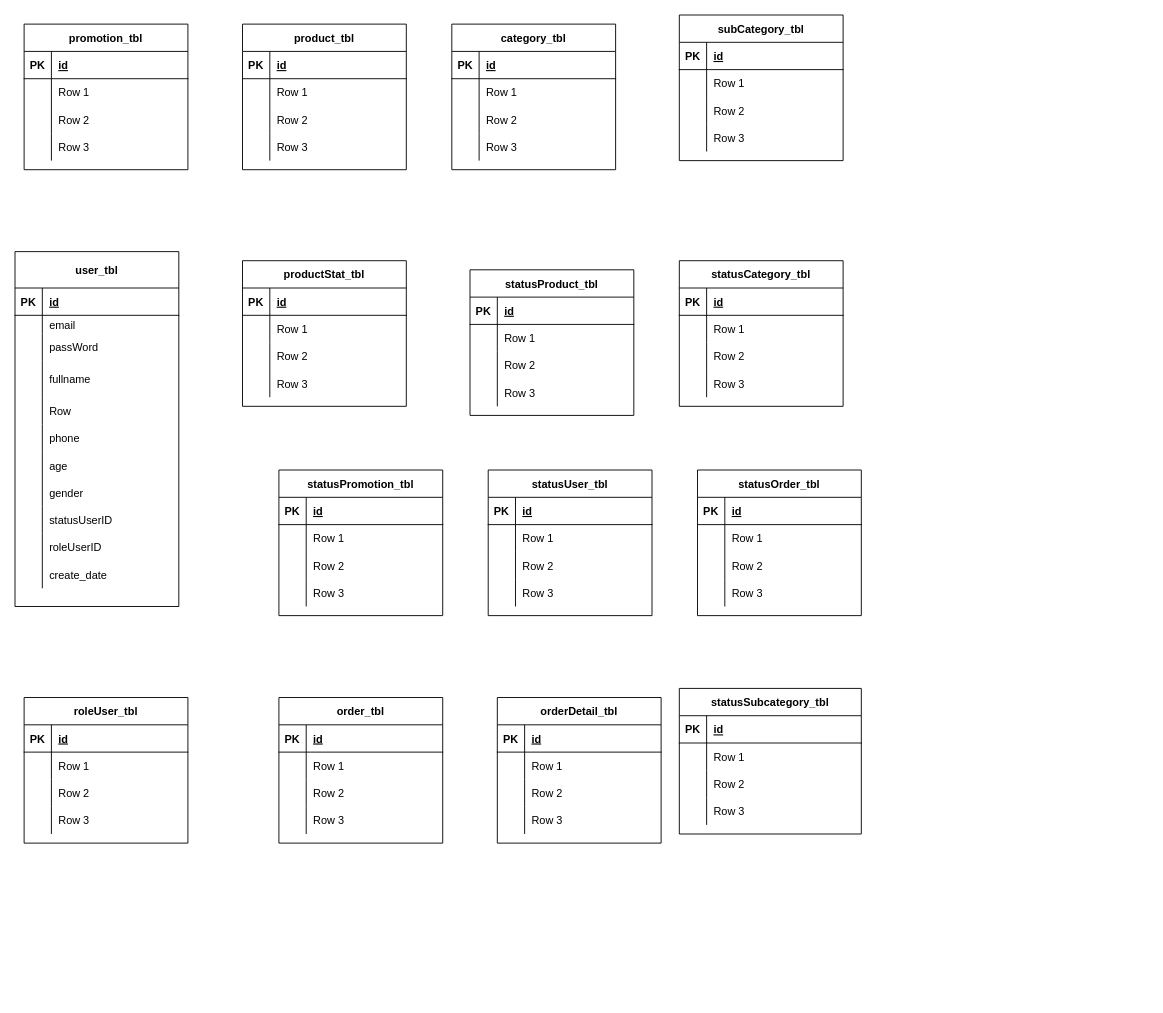
The draw.io diagram ERD_SHOP.drawio in ToanNguyenSVR/Ecommerce_Project, before the edit. Source tidied: cells renumbered, new cells numbered last; positions are measured from the earlier drawing's top-left corner, leaving out a move shared by most shapes. Both pictures are drawn from the tidied source at 91%, with x=0, y=0 at pixel (15, 15).
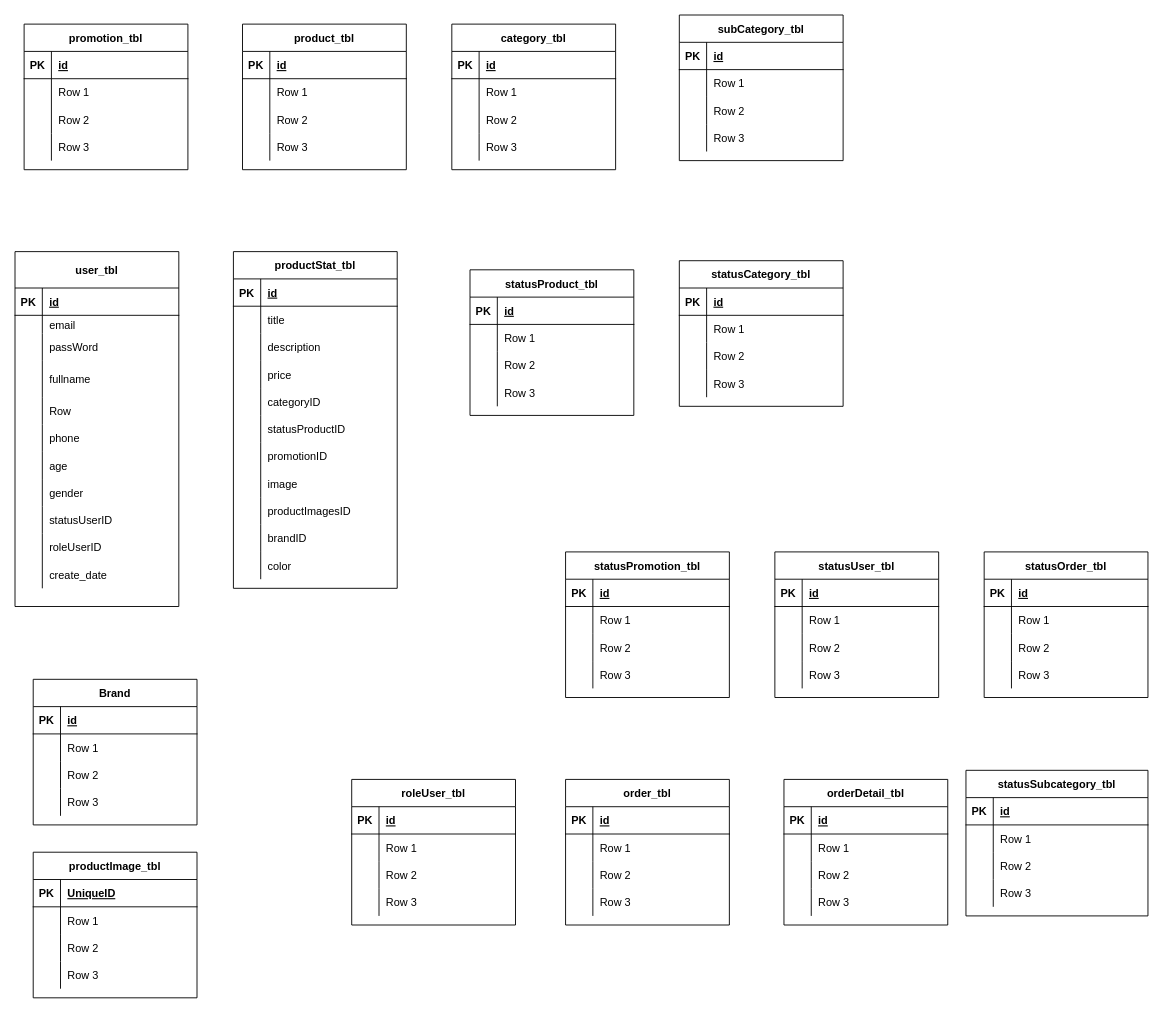
After the change.

The change refers to these unchanged cells:
```xml
<mxCell id="19" style="shape=partialRectangle;fillColor=none;top=0;left=0;bottom=0;right=0;" parent="15" vertex="1">
  <mxGeometry y="60" width="180" height="30" as="geometry" />
</mxCell>
<mxCell id="22" style="shape=partialRectangle;fillColor=none;top=0;left=0;bottom=0;right=0;" parent="15" vertex="1">
  <mxGeometry y="90" width="180" height="30" as="geometry" />
</mxCell>
<mxCell id="25" style="shape=partialRectangle;fillColor=none;top=0;left=0;bottom=0;right=0;" parent="15" vertex="1">
  <mxGeometry y="120" width="180" height="30" as="geometry" />
</mxCell>
```

What changed in the source:
```diff
@@
     <mxCell id="15" value="productStat_tbl" style="shape=table;startSize=30;childLayout=tableLayout;rowLines=0;fontStyle=1;align=center;" parent="1" vertex="1">
-      <mxGeometry x="250" y="270" width="180" height="160" as="geometry" />
+      <mxGeometry x="240" y="260" width="180" height="370" as="geometry" />
     </mxCell>
@@
-    <mxCell id="21" value="Row 1" style="shape=partialRectangle;fillColor=none;top=0;left=0;bottom=0;right=0;align=left;spacingLeft=6;overflow=hidden;" parent="19" vertex="1">
+    <mxCell id="21" value="title" style="shape=partialRectangle;fillColor=none;top=0;left=0;bottom=0;right=0;align=left;spacingLeft=6;overflow=hidden;" parent="19" vertex="1">
       <mxGeometry x="30" width="150" height="30" as="geometry" />
     </mxCell>
@@
-    <mxCell id="24" value="Row 2" style="shape=partialRectangle;fillColor=none;top=0;left=0;bottom=0;right=0;align=left;spacingLeft=6;overflow=hidden;" parent="22" vertex="1">
+    <mxCell id="24" value="description " style="shape=partialRectangle;fillColor=none;top=0;left=0;bottom=0;right=0;align=left;spacingLeft=6;overflow=hidden;" parent="22" vertex="1">
       <mxGeometry x="30" width="150" height="30" as="geometry" />
     </mxCell>
@@
-    <mxCell id="27" value="Row 3" style="shape=partialRectangle;fillColor=none;top=0;left=0;bottom=0;right=0;align=left;spacingLeft=6;overflow=hidden;" parent="25" vertex="1">
+    <mxCell id="27" value="price" style="shape=partialRectangle;fillColor=none;top=0;left=0;bottom=0;right=0;align=left;spacingLeft=6;overflow=hidden;" parent="25" vertex="1">
       <mxGeometry x="30" width="150" height="30" as="geometry" />
     </mxCell>
+    <mxCell id="218" style="shape=partialRectangle;fillColor=none;top=0;left=0;bottom=0;right=0;align=center;" parent="15" vertex="1">
+      <mxGeometry y="150" width="180" height="30" as="geometry" />
+    </mxCell>
+    <mxCell id="219" style="shape=partialRectangle;fillColor=none;top=0;left=0;bottom=0;right=0;overflow=hidden;align=center;" parent="218" vertex="1">
+      <mxGeometry width="30" height="30" as="geometry" />
+    </mxCell>
+    <mxCell id="220" value="categoryID" style="shape=partialRectangle;fillColor=none;top=0;left=0;bottom=0;right=0;align=left;spacingLeft=6;overflow=hidden;" parent="218" vertex="1">
+      <mxGeometry x="30" width="150" height="30" as="geometry" />
+    </mxCell>
+    <mxCell id="221" style="shape=partialRectangle;fillColor=none;top=0;left=0;bottom=0;right=0;align=center;" parent="15" vertex="1">
+      <mxGeometry y="180" width="180" height="30" as="geometry" />
+    </mxCell>
+    <mxCell id="222" style="shape=partialRectangle;fillColor=none;top=0;left=0;bottom=0;right=0;overflow=hidden;align=center;" parent="221" vertex="1">
+      <mxGeometry width="30" height="30" as="geometry" />
+    </mxCell>
+    <mxCell id="223" value="statusProductID" style="shape=partialRectangle;fillColor=none;top=0;left=0;bottom=0;right=0;align=left;spacingLeft=6;overflow=hidden;" parent="221" vertex="1">
+      <mxGeometry x="30" width="150" height="30" as="geometry" />
+    </mxCell>
+    <mxCell id="224" style="shape=partialRectangle;fillColor=none;top=0;left=0;bottom=0;right=0;align=center;" parent="15" vertex="1">
+      <mxGeometry y="210" width="180" height="30" as="geometry" />
+    </mxCell>
+    <mxCell id="225" style="shape=partialRectangle;fillColor=none;top=0;left=0;bottom=0;right=0;overflow=hidden;align=center;" parent="224" vertex="1">
+      <mxGeometry width="30" height="30" as="geometry" />
+    </mxCell>
+    <mxCell id="226" value="promotionID" style="shape=partialRectangle;fillColor=none;top=0;left=0;bottom=0;right=0;align=left;spacingLeft=6;overflow=hidden;" parent="224" vertex="1">
+      <mxGeometry x="30" width="150" height="30" as="geometry" />
+    </mxCell>
+    <mxCell id="227" style="shape=partialRectangle;fillColor=none;top=0;left=0;bottom=0;right=0;align=center;" parent="15" vertex="1">
+      <mxGeometry y="240" width="180" height="30" as="geometry" />
+    </mxCell>
+    <mxCell id="228" style="shape=partialRectangle;fillColor=none;top=0;left=0;bottom=0;right=0;overflow=hidden;align=center;" parent="227" vertex="1">
+      <mxGeometry width="30" height="30" as="geometry" />
+    </mxCell>
+    <mxCell id="229" value="image" style="shape=partialRectangle;fillColor=none;top=0;left=0;bottom=0;right=0;align=left;spacingLeft=6;overflow=hidden;" parent="227" vertex="1">
+      <mxGeometry x="30" width="150" height="30" as="geometry" />
+    </mxCell>
+    <mxCell id="230" style="shape=partialRectangle;fillColor=none;top=0;left=0;bottom=0;right=0;align=center;" parent="15" vertex="1">
+      <mxGeometry y="270" width="180" height="30" as="geometry" />
+    </mxCell>
+    <mxCell id="231" style="shape=partialRectangle;fillColor=none;top=0;left=0;bottom=0;right=0;overflow=hidden;align=center;" parent="230" vertex="1">
+      <mxGeometry width="30" height="30" as="geometry" />
+    </mxCell>
+    <mxCell id="232" value="productImagesID" style="shape=partialRectangle;fillColor=none;top=0;left=0;bottom=0;right=0;align=left;spacingLeft=6;overflow=hidden;" parent="230" vertex="1">
+      <mxGeometry x="30" width="150" height="30" as="geometry" />
+    </mxCell>
+    <mxCell id="233" style="shape=partialRectangle;fillColor=none;top=0;left=0;bottom=0;right=0;align=center;" parent="15" vertex="1">
+      <mxGeometry y="300" width="180" height="30" as="geometry" />
+    </mxCell>
+    <mxCell id="234" style="shape=partialRectangle;fillColor=none;top=0;left=0;bottom=0;right=0;overflow=hidden;align=center;" parent="233" vertex="1">
+      <mxGeometry width="30" height="30" as="geometry" />
+    </mxCell>
+    <mxCell id="235" value="brandID" style="shape=partialRectangle;fillColor=none;top=0;left=0;bottom=0;right=0;align=left;spacingLeft=6;overflow=hidden;" parent="233" vertex="1">
+      <mxGeometry x="30" width="150" height="30" as="geometry" />
+    </mxCell>
+    <mxCell id="236" style="shape=partialRectangle;fillColor=none;top=0;left=0;bottom=0;right=0;align=center;" parent="15" vertex="1">
+      <mxGeometry y="330" width="180" height="30" as="geometry" />
+    </mxCell>
+    <mxCell id="237" style="shape=partialRectangle;fillColor=none;top=0;left=0;bottom=0;right=0;overflow=hidden;align=center;" parent="236" vertex="1">
+      <mxGeometry width="30" height="30" as="geometry" />
+    </mxCell>
+    <mxCell id="238" value="color" style="shape=partialRectangle;fillColor=none;top=0;left=0;bottom=0;right=0;align=left;spacingLeft=6;overflow=hidden;" parent="236" vertex="1">
+      <mxGeometry x="30" width="150" height="30" as="geometry" />
+    </mxCell>
@@
     <mxCell id="41" value="statusUser_tbl" style="shape=table;startSize=30;childLayout=tableLayout;rowLines=0;fontStyle=1;align=center;" parent="1" vertex="1">
-      <mxGeometry x="520" y="500" width="180" height="160" as="geometry" />
+      <mxGeometry x="835" y="590" width="180" height="160" as="geometry" />
     </mxCell>
@@
     <mxCell id="67" value="statusPromotion_tbl" style="shape=table;startSize=30;childLayout=tableLayout;rowLines=0;fontStyle=1;align=center;" parent="1" vertex="1">
-      <mxGeometry x="290" y="500" width="180" height="160" as="geometry" />
+      <mxGeometry x="605" y="590" width="180" height="160" as="geometry" />
     </mxCell>
@@
     <mxCell id="80" value="statusSubcategory_tbl" style="shape=table;startSize=30;childLayout=tableLayout;rowLines=0;fontStyle=1;align=center;" parent="1" vertex="1">
-      <mxGeometry x="730" y="740" width="200" height="160" as="geometry" />
+      <mxGeometry x="1045" y="830" width="200" height="160" as="geometry" />
     </mxCell>
@@
     <mxCell id="153" value="orderDetail_tbl" style="shape=table;startSize=30;childLayout=tableLayout;rowLines=0;fontStyle=1;align=center;" parent="1" vertex="1">
-      <mxGeometry x="530" y="750" width="180" height="160" as="geometry" />
+      <mxGeometry x="845" y="840" width="180" height="160" as="geometry" />
     </mxCell>
@@
     <mxCell id="166" value="order_tbl" style="shape=table;startSize=30;childLayout=tableLayout;rowLines=0;fontStyle=1;align=center;" parent="1" vertex="1">
-      <mxGeometry x="290" y="750" width="180" height="160" as="geometry" />
+      <mxGeometry x="605" y="840" width="180" height="160" as="geometry" />
     </mxCell>
@@
     <mxCell id="179" value="statusOrder_tbl" style="shape=table;startSize=30;childLayout=tableLayout;rowLines=0;fontStyle=1;align=center;" parent="1" vertex="1">
-      <mxGeometry x="750" y="500" width="180" height="160" as="geometry" />
+      <mxGeometry x="1065" y="590" width="180" height="160" as="geometry" />
     </mxCell>
@@
     <mxCell id="205" value="roleUser_tbl" style="shape=table;startSize=30;childLayout=tableLayout;rowLines=0;fontStyle=1;align=center;" parent="1" vertex="1">
-      <mxGeometry x="10" y="750" width="180" height="160" as="geometry" />
+      <mxGeometry x="370" y="840" width="180" height="160" as="geometry" />
     </mxCell>
@@
+    <mxCell id="239" value="productImage_tbl" style="shape=table;startSize=30;childLayout=tableLayout;rowLines=0;fontStyle=1;align=center;" parent="1" vertex="1">
+      <mxGeometry x="20" y="920" width="180" height="160" as="geometry" />
+    </mxCell>
+    <mxCell id="240" style="shape=partialRectangle;fillColor=none;top=0;left=0;bottom=1;right=0;align=center;" parent="239" vertex="1">
+      <mxGeometry y="30" width="180" height="30" as="geometry" />
+    </mxCell>
+    <mxCell id="241" value="PK" style="shape=partialRectangle;fillColor=none;top=0;left=0;bottom=0;right=0;fontStyle=1;overflow=hidden;align=center;" parent="240" vertex="1">
+      <mxGeometry width="30" height="30" as="geometry" />
+    </mxCell>
+    <mxCell id="242" value="UniqueID" style="shape=partialRectangle;fillColor=none;top=0;left=0;bottom=0;right=0;align=left;spacingLeft=6;fontStyle=5;overflow=hidden;" parent="240" vertex="1">
+      <mxGeometry x="30" width="150" height="30" as="geometry" />
+    </mxCell>
+    <mxCell id="243" style="shape=partialRectangle;fillColor=none;top=0;left=0;bottom=0;right=0;align=center;" parent="239" vertex="1">
+      <mxGeometry y="60" width="180" height="30" as="geometry" />
+    </mxCell>
+    <mxCell id="244" style="shape=partialRectangle;fillColor=none;top=0;left=0;bottom=0;right=0;overflow=hidden;align=center;" parent="243" vertex="1">
+      <mxGeometry width="30" height="30" as="geometry" />
+    </mxCell>
+    <mxCell id="245" value="Row 1" style="shape=partialRectangle;fillColor=none;top=0;left=0;bottom=0;right=0;align=left;spacingLeft=6;overflow=hidden;" parent="243" vertex="1">
+      <mxGeometry x="30" width="150" height="30" as="geometry" />
+    </mxCell>
+    <mxCell id="246" style="shape=partialRectangle;fillColor=none;top=0;left=0;bottom=0;right=0;align=center;" parent="239" vertex="1">
+      <mxGeometry y="90" width="180" height="30" as="geometry" />
+    </mxCell>
+    <mxCell id="247" style="shape=partialRectangle;fillColor=none;top=0;left=0;bottom=0;right=0;overflow=hidden;align=center;" parent="246" vertex="1">
+      <mxGeometry width="30" height="30" as="geometry" />
+    </mxCell>
+    <mxCell id="248" value="Row 2" style="shape=partialRectangle;fillColor=none;top=0;left=0;bottom=0;right=0;align=left;spacingLeft=6;overflow=hidden;" parent="246" vertex="1">
+      <mxGeometry x="30" width="150" height="30" as="geometry" />
+    </mxCell>
+    <mxCell id="249" style="shape=partialRectangle;fillColor=none;top=0;left=0;bottom=0;right=0;align=center;" parent="239" vertex="1">
+      <mxGeometry y="120" width="180" height="30" as="geometry" />
+    </mxCell>
+    <mxCell id="250" style="shape=partialRectangle;fillColor=none;top=0;left=0;bottom=0;right=0;overflow=hidden;align=center;" parent="249" vertex="1">
+      <mxGeometry width="30" height="30" as="geometry" />
+    </mxCell>
+    <mxCell id="251" value="Row 3" style="shape=partialRectangle;fillColor=none;top=0;left=0;bottom=0;right=0;align=left;spacingLeft=6;overflow=hidden;" parent="249" vertex="1">
+      <mxGeometry x="30" width="150" height="30" as="geometry" />
+    </mxCell>
+    <mxCell id="252" value="Brand" style="shape=table;startSize=30;childLayout=tableLayout;rowLines=0;fontStyle=1;align=center;" parent="1" vertex="1">
+      <mxGeometry x="20" y="730" width="180" height="160" as="geometry" />
+    </mxCell>
+    <mxCell id="253" style="shape=partialRectangle;fillColor=none;top=0;left=0;bottom=1;right=0;align=center;" parent="252" vertex="1">
+      <mxGeometry y="30" width="180" height="30" as="geometry" />
+    </mxCell>
+    <mxCell id="254" value="PK" style="shape=partialRectangle;fillColor=none;top=0;left=0;bottom=0;right=0;fontStyle=1;overflow=hidden;align=center;" parent="253" vertex="1">
+      <mxGeometry width="30" height="30" as="geometry" />
+    </mxCell>
+    <mxCell id="255" value="id" style="shape=partialRectangle;fillColor=none;top=0;left=0;bottom=0;right=0;align=left;spacingLeft=6;fontStyle=5;overflow=hidden;" parent="253" vertex="1">
+      <mxGeometry x="30" width="150" height="30" as="geometry" />
+    </mxCell>
+    <mxCell id="256" style="shape=partialRectangle;fillColor=none;top=0;left=0;bottom=0;right=0;align=center;" parent="252" vertex="1">
+      <mxGeometry y="60" width="180" height="30" as="geometry" />
+    </mxCell>
+    <mxCell id="257" style="shape=partialRectangle;fillColor=none;top=0;left=0;bottom=0;right=0;overflow=hidden;align=center;" parent="256" vertex="1">
+      <mxGeometry width="30" height="30" as="geometry" />
+    </mxCell>
+    <mxCell id="258" value="Row 1" style="shape=partialRectangle;fillColor=none;top=0;left=0;bottom=0;right=0;align=left;spacingLeft=6;overflow=hidden;" parent="256" vertex="1">
+      <mxGeometry x="30" width="150" height="30" as="geometry" />
+    </mxCell>
+    <mxCell id="259" style="shape=partialRectangle;fillColor=none;top=0;left=0;bottom=0;right=0;align=center;" parent="252" vertex="1">
+      <mxGeometry y="90" width="180" height="30" as="geometry" />
+    </mxCell>
+    <mxCell id="260" style="shape=partialRectangle;fillColor=none;top=0;left=0;bottom=0;right=0;overflow=hidden;align=center;" parent="259" vertex="1">
+      <mxGeometry width="30" height="30" as="geometry" />
+    </mxCell>
+    <mxCell id="261" value="Row 2" style="shape=partialRectangle;fillColor=none;top=0;left=0;bottom=0;right=0;align=left;spacingLeft=6;overflow=hidden;" parent="259" vertex="1">
+      <mxGeometry x="30" width="150" height="30" as="geometry" />
+    </mxCell>
+    <mxCell id="262" style="shape=partialRectangle;fillColor=none;top=0;left=0;bottom=0;right=0;align=center;" parent="252" vertex="1">
+      <mxGeometry y="120" width="180" height="30" as="geometry" />
+    </mxCell>
+    <mxCell id="263" style="shape=partialRectangle;fillColor=none;top=0;left=0;bottom=0;right=0;overflow=hidden;align=center;" parent="262" vertex="1">
+      <mxGeometry width="30" height="30" as="geometry" />
+    </mxCell>
+    <mxCell id="264" value="Row 3" style="shape=partialRectangle;fillColor=none;top=0;left=0;bottom=0;right=0;align=left;spacingLeft=6;overflow=hidden;" parent="262" vertex="1">
+      <mxGeometry x="30" width="150" height="30" as="geometry" />
+    </mxCell>
```
